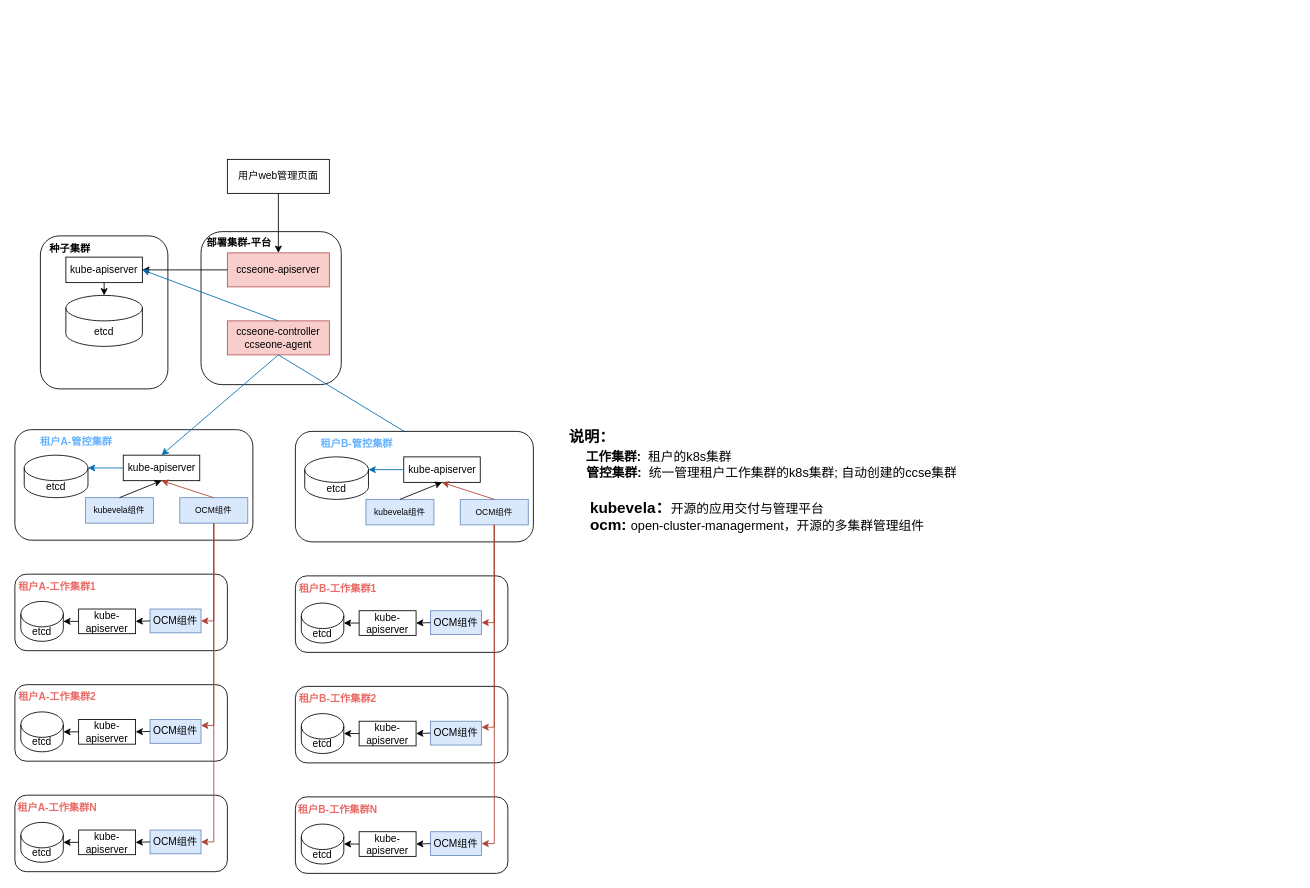
The draw.io diagram page "后台架构" (3 of 8) of drawio/安全审查.drawio in Tiny-VS-Lina/ccse, before the edit. Source tidied: cells renumbered, new cells numbered last; positions are measured from the earlier drawing's top-left corner, leaving out a move shared by most shapes. Both pictures are drawn from the tidied source at 85%, with x=0, y=0 at pixel (14, 159).
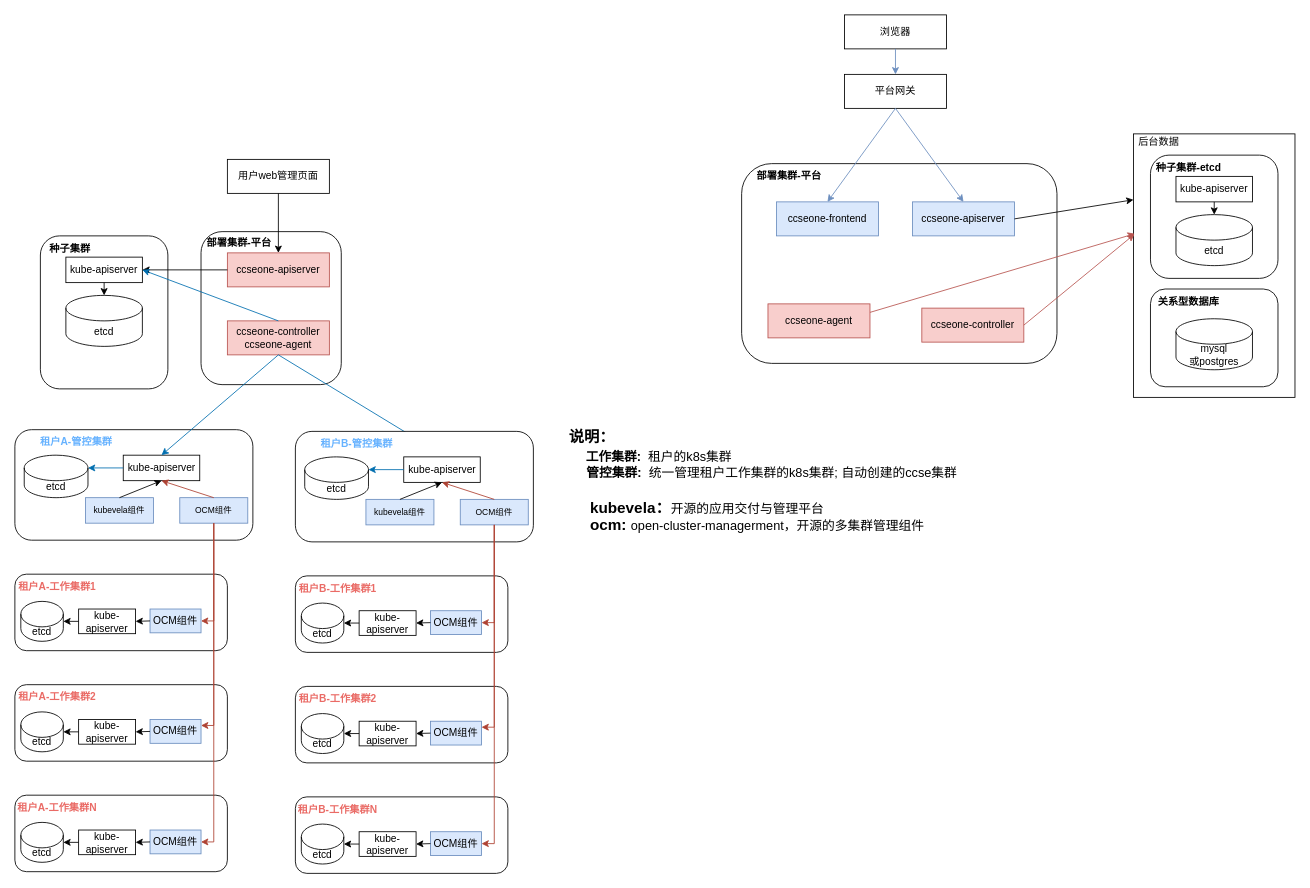
Above is the later version.

Commit message:
更新安全审查.drawio

What changed in the source:
```diff
@@
+    <mxCell id="95" style="rounded=0;whiteSpace=wrap;html=1;" parent="1" vertex="1">
+      <mxGeometry x="1316" y="-30" width="190" height="310" as="geometry" />
+    </mxCell>
@@
+    <mxCell id="96" style="rounded=1;whiteSpace=wrap;html=1;" parent="1" vertex="1">
+      <mxGeometry x="855" y="5" width="371" height="235" as="geometry" />
+    </mxCell>
+    <mxCell id="97" style="rounded=1;whiteSpace=wrap;html=1;" parent="1" vertex="1">
+      <mxGeometry x="1336" y="-5" width="150" height="145" as="geometry" />
+    </mxCell>
+    <mxCell id="98" value="平台网关" style="rounded=0;whiteSpace=wrap;html=1;" parent="1" vertex="1">
+      <mxGeometry x="976" y="-100" width="120" height="40" as="geometry" />
+    </mxCell>
+    <mxCell id="99" value="ccseone-frontend" style="rounded=0;whiteSpace=wrap;html=1;fillColor=#dae8fc;strokeColor=#6c8ebf;" parent="1" vertex="1">
+      <mxGeometry x="896" y="50" width="120" height="40" as="geometry" />
+    </mxCell>
+    <mxCell id="100" value="ccseone-controller" style="rounded=0;whiteSpace=wrap;html=1;fillColor=#f8cecc;strokeColor=#b85450;" parent="1" vertex="1">
+      <mxGeometry x="1067" y="175" width="120" height="40" as="geometry" />
+    </mxCell>
+    <mxCell id="101" style="endArrow=classic;html=1;rounded=0;exitX=0.5;exitY=1;exitDx=0;exitDy=0;entryX=0.5;entryY=0;entryDx=0;entryDy=0;fillColor=#dae8fc;strokeColor=#6c8ebf;" parent="1" edge="1" source="98" target="99">
+      <mxGeometry relative="1" as="geometry" />
+    </mxCell>
+    <mxCell id="102" value="etcd" style="shape=cylinder3;whiteSpace=wrap;html=1;boundedLbl=1;backgroundOutline=1;size=15;" parent="1" vertex="1">
+      <mxGeometry x="1366" y="65" width="90" height="60" as="geometry" />
+    </mxCell>
+    <mxCell id="103" value="&lt;b&gt;种子集群-etcd&lt;/b&gt;" style="text;html=1;strokeColor=none;fillColor=none;align=center;verticalAlign=middle;whiteSpace=wrap;rounded=0;" parent="1" vertex="1">
+      <mxGeometry x="1336" width="90" height="20" as="geometry" />
+    </mxCell>
+    <mxCell id="104" style="edgeStyle=orthogonalEdgeStyle;rounded=0;orthogonalLoop=1;jettySize=auto;html=1;exitX=0.5;exitY=1;exitDx=0;exitDy=0;" parent="1" edge="1" source="103" target="103">
+      <mxGeometry relative="1" as="geometry" />
+    </mxCell>
+    <mxCell id="105" value="kube-apiserver" style="rounded=0;whiteSpace=wrap;html=1;" parent="1" vertex="1">
+      <mxGeometry x="1366" y="20" width="90" height="30" as="geometry" />
+    </mxCell>
+    <mxCell id="106" style="endArrow=classic;html=1;rounded=0;exitX=0.5;exitY=1;exitDx=0;exitDy=0;entryX=0.5;entryY=0;entryDx=0;entryDy=0;entryPerimeter=0;" parent="1" edge="1" source="105" target="102">
+      <mxGeometry relative="1" as="geometry" />
+    </mxCell>
+    <mxCell id="107" value="&lt;b&gt;部署集群-平台&lt;/b&gt;" style="text;html=1;strokeColor=none;fillColor=none;align=center;verticalAlign=middle;whiteSpace=wrap;rounded=0;" parent="1" vertex="1">
+      <mxGeometry x="871" y="10" width="80" height="20" as="geometry" />
+    </mxCell>
+    <mxCell id="108" value="ccseone-apiserver" style="rounded=0;whiteSpace=wrap;html=1;fillColor=#dae8fc;strokeColor=#6c8ebf;" parent="1" vertex="1">
+      <mxGeometry x="1056" y="50" width="120" height="40" as="geometry" />
+    </mxCell>
+    <mxCell id="109" value="ccseone-agent" style="rounded=0;whiteSpace=wrap;html=1;fillColor=#f8cecc;strokeColor=#b85450;" parent="1" vertex="1">
+      <mxGeometry x="886" y="170" width="120" height="40" as="geometry" />
+    </mxCell>
+    <mxCell id="110" style="rounded=1;whiteSpace=wrap;html=1;" parent="1" vertex="1">
+      <mxGeometry x="1336" y="152.5" width="150" height="115" as="geometry" />
+    </mxCell>
+    <mxCell id="111" value="mysql&lt;div&gt;或postgres&lt;/div&gt;" style="shape=cylinder3;whiteSpace=wrap;html=1;boundedLbl=1;backgroundOutline=1;size=15;" parent="1" vertex="1">
+      <mxGeometry x="1366" y="187.5" width="90" height="60" as="geometry" />
+    </mxCell>
+    <mxCell id="112" value="&lt;b&gt;关系型数据库&lt;/b&gt;" style="text;html=1;strokeColor=none;fillColor=none;align=center;verticalAlign=middle;whiteSpace=wrap;rounded=0;" parent="1" vertex="1">
+      <mxGeometry x="1336" y="157.5" width="90" height="20" as="geometry" />
+    </mxCell>
+    <mxCell id="113" style="edgeStyle=orthogonalEdgeStyle;rounded=0;orthogonalLoop=1;jettySize=auto;html=1;exitX=0.5;exitY=1;exitDx=0;exitDy=0;" parent="1" edge="1" source="112" target="112">
+      <mxGeometry relative="1" as="geometry" />
+    </mxCell>
+    <mxCell id="114" style="endArrow=classic;html=1;rounded=0;exitX=0.5;exitY=1;exitDx=0;exitDy=0;entryX=0.5;entryY=0;entryDx=0;entryDy=0;fillColor=#dae8fc;strokeColor=#6c8ebf;" parent="1" edge="1" source="98" target="108">
+      <mxGeometry relative="1" as="geometry" />
+    </mxCell>
+    <mxCell id="115" value="浏览器" style="rounded=0;whiteSpace=wrap;html=1;" parent="1" vertex="1">
+      <mxGeometry x="976" y="-170" width="120" height="40" as="geometry" />
+    </mxCell>
+    <mxCell id="116" style="endArrow=classic;html=1;rounded=0;exitX=0.5;exitY=1;exitDx=0;exitDy=0;fillColor=#dae8fc;strokeColor=#6c8ebf;" parent="1" edge="1" source="115" target="98">
+      <mxGeometry relative="1" as="geometry" />
+    </mxCell>
+    <mxCell id="117" style="endArrow=classic;html=1;rounded=0;exitX=1;exitY=0.5;exitDx=0;exitDy=0;entryX=0;entryY=0.25;entryDx=0;entryDy=0;" parent="1" edge="1" source="108" target="95">
+      <mxGeometry relative="1" as="geometry" />
+    </mxCell>
+    <mxCell id="118" value="后台数据" style="text;html=1;align=center;verticalAlign=middle;whiteSpace=wrap;rounded=0;" parent="1" vertex="1">
+      <mxGeometry x="1316" y="-30" width="60" height="20" as="geometry" />
+    </mxCell>
+    <mxCell id="119" style="endArrow=classic;html=1;rounded=0;entryX=0.006;entryY=0.381;entryDx=0;entryDy=0;entryPerimeter=0;exitX=1;exitY=0.5;exitDx=0;exitDy=0;fillColor=#f8cecc;strokeColor=#b85450;" parent="1" edge="1" source="100" target="95">
+      <mxGeometry relative="1" as="geometry" />
+    </mxCell>
+    <mxCell id="120" style="endArrow=classic;html=1;rounded=0;exitX=1;exitY=0.25;exitDx=0;exitDy=0;fillColor=#f8cecc;strokeColor=#b85450;entryX=0.008;entryY=0.379;entryDx=0;entryDy=0;entryPerimeter=0;" parent="1" edge="1" source="109" target="95">
+      <mxGeometry relative="1" as="geometry" />
+    </mxCell>
```
